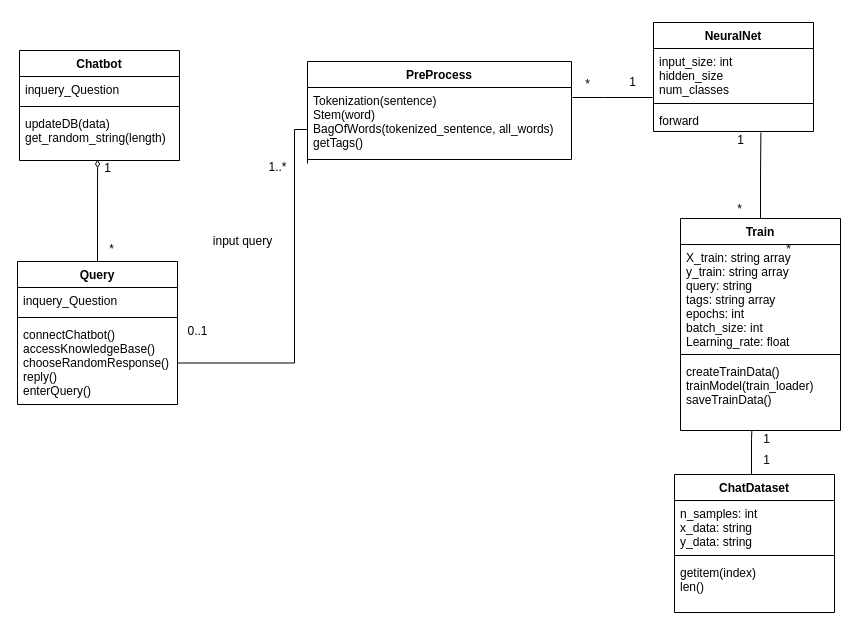
The draw.io diagram class diagram.drawio in HaseebSheikh417/FYP-Chatbot, before the edit. Source tidied: cells renumbered, new cells numbered last; positions are measured from the earlier drawing's top-left corner, leaving out a move shared by most shapes. Both pictures are drawn from the tidied source at 100%, with x=0, y=0 at pixel (17, 22).
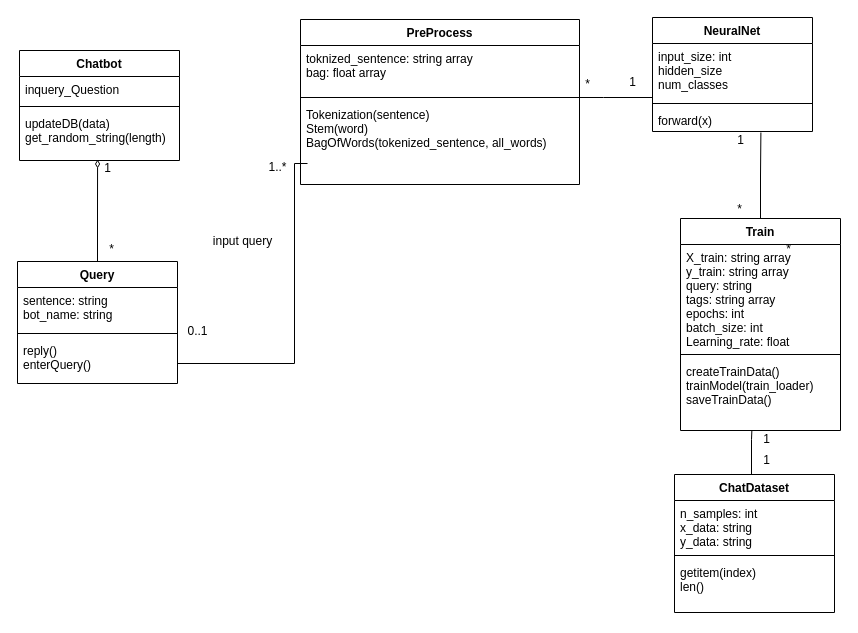
The same diagram, later.

Diff of the diagram source:
```diff
@@
     <mxCell id="3" value="Query" style="swimlane;fontStyle=1;align=center;verticalAlign=top;horizontal=1;startSize=26;" parent="1" vertex="1">
-      <mxGeometry y="239" width="160" height="143" as="geometry" />
+      <mxGeometry y="239" width="160" height="122" as="geometry" />
     </mxCell>
-    <mxCell id="4" value="inquery_Question&#10;&#10;" style="text;strokeColor=none;fillColor=none;align=left;verticalAlign=top;spacingLeft=4;spacingRight=4;overflow=hidden;strokeWidth=20;" parent="3" vertex="1">
-      <mxGeometry y="26" width="160" height="26" as="geometry" />
+    <mxCell id="4" value="sentence: string&#10;bot_name: string&#10;&#10;" style="text;strokeColor=none;fillColor=none;align=left;verticalAlign=top;spacingLeft=4;spacingRight=4;overflow=hidden;strokeWidth=20;" parent="3" vertex="1">
+      <mxGeometry y="26" width="160" height="42" as="geometry" />
     </mxCell>
     <mxCell id="5" style="line;strokeWidth=1;fillColor=none;align=left;verticalAlign=middle;spacingTop=-1;spacingLeft=3;spacingRight=3;labelPosition=right;" parent="3" vertex="1">
-      <mxGeometry y="52" width="160" height="8" as="geometry" />
+      <mxGeometry y="68" width="160" height="8" as="geometry" />
     </mxCell>
-    <mxCell id="6" value="connectChatbot()&#10;accessKnowledgeBase()&#10;chooseRandomResponse()&#10;reply()&#10;enterQuery()" style="text;strokeColor=none;fillColor=none;align=left;verticalAlign=top;spacingLeft=4;spacingRight=4;overflow=hidden;points=[[0,0.5],[1,0.5]];portConstraint=eastwest;" parent="3" vertex="1">
-      <mxGeometry y="60" width="160" height="83" as="geometry" />
+    <mxCell id="6" value="reply()&#10;enterQuery()" style="text;strokeColor=none;fillColor=none;align=left;verticalAlign=top;spacingLeft=4;spacingRight=4;overflow=hidden;points=[[0,0.5],[1,0.5]];portConstraint=eastwest;" parent="3" vertex="1">
+      <mxGeometry y="76" width="160" height="46" as="geometry" />
     </mxCell>
-    <mxCell id="7" value="PreProcess" style="swimlane;fontStyle=1;align=center;verticalAlign=top;horizontal=1;startSize=26;" parent="1" vertex="1">
-      <mxGeometry x="290" y="39" width="264" height="98" as="geometry" />
-    </mxCell>
-    <mxCell id="8" value="Tokenization(sentence)&#10;Stem(word)&#10;BagOfWords(tokenized_sentence, all_words)&#10;getTags()" style="text;strokeColor=none;fillColor=none;align=left;verticalAlign=top;spacingLeft=4;spacingRight=4;overflow=hidden;" parent="7" vertex="1">
-      <mxGeometry y="26" width="264" height="72" as="geometry" />
-    </mxCell>
     <mxCell id="9" style="edgeStyle=orthogonalEdgeStyle;rounded=0;jettySize=auto;html=1;entryX=0;entryY=0.809;entryDx=0;entryDy=0;entryPerimeter=0;endArrow=none;endFill=0;" parent="1" edge="1" source="6">
       <mxGeometry relative="1" as="geometry">
         <mxPoint x="290" y="141" as="targetPoint" />
         <Array as="points">
-          <mxPoint x="277" y="340" />
-          <mxPoint x="277" y="107" />
-          <mxPoint x="290" y="107" />
+          <mxPoint x="277" y="341" />
+          <mxPoint x="277" y="141" />
         </Array>
       </mxGeometry>
     </mxCell>
@@
     <mxCell id="37" value="NeuralNet" style="swimlane;fontStyle=1;align=center;verticalAlign=top;horizontal=1;startSize=26;" parent="1" vertex="1">
-      <mxGeometry x="636" width="160" height="109" as="geometry" />
+      <mxGeometry x="635" y="-5" width="160" height="114" as="geometry" />
     </mxCell>
-    <mxCell id="38" value="input_size: int&#10;hidden_size&#10;num_classes" style="text;strokeColor=none;fillColor=none;align=left;verticalAlign=top;spacingLeft=4;spacingRight=4;overflow=hidden;" parent="37" vertex="1">
-      <mxGeometry y="26" width="160" height="51" as="geometry" />
+    <mxCell id="38" value="input_size: int&#10;hidden_size&#10;num_classes&#10;" style="text;strokeColor=none;fillColor=none;align=left;verticalAlign=top;spacingLeft=4;spacingRight=4;overflow=hidden;" parent="37" vertex="1">
+      <mxGeometry y="26" width="160" height="56" as="geometry" />
     </mxCell>
     <mxCell id="39" style="line;strokeWidth=1;fillColor=none;align=left;verticalAlign=middle;spacingTop=-1;spacingLeft=3;spacingRight=3;labelPosition=right;" parent="37" vertex="1">
-      <mxGeometry y="77" width="160" height="8" as="geometry" />
+      <mxGeometry y="82" width="160" height="8" as="geometry" />
     </mxCell>
-    <mxCell id="40" value="forward" style="text;strokeColor=none;fillColor=none;align=left;verticalAlign=top;spacingLeft=4;spacingRight=4;overflow=hidden;" parent="37" vertex="1">
-      <mxGeometry y="85" width="160" height="24" as="geometry" />
+    <mxCell id="40" value="forward(x)" style="text;strokeColor=none;fillColor=none;align=left;verticalAlign=top;spacingLeft=4;spacingRight=4;overflow=hidden;" parent="37" vertex="1">
+      <mxGeometry y="90" width="160" height="24" as="geometry" />
     </mxCell>
+    <mxCell id="7" value="PreProcess" style="swimlane;fontStyle=1;align=center;verticalAlign=top;horizontal=1;startSize=26;" parent="1" vertex="1">
+      <mxGeometry x="283" y="-3" width="279" height="165" as="geometry" />
+    </mxCell>
+    <mxCell id="41" value="toknized_sentence: string array&#10;bag: float array" style="text;strokeColor=none;fillColor=none;align=left;verticalAlign=top;spacingLeft=4;spacingRight=4;overflow=hidden;strokeWidth=20;" parent="7" vertex="1">
+      <mxGeometry y="26" width="279" height="48" as="geometry" />
+    </mxCell>
+    <mxCell id="42" style="line;strokeWidth=1;fillColor=none;align=left;verticalAlign=middle;spacingTop=-1;spacingLeft=3;spacingRight=3;labelPosition=right;" parent="7" vertex="1">
+      <mxGeometry y="74" width="279" height="8" as="geometry" />
+    </mxCell>
+    <mxCell id="43" value="Tokenization(sentence)&#10;Stem(word)&#10;BagOfWords(tokenized_sentence, all_words)" style="text;strokeColor=none;fillColor=none;align=left;verticalAlign=top;spacingLeft=4;spacingRight=4;overflow=hidden;" parent="7" vertex="1">
+      <mxGeometry y="82" width="279" height="83" as="geometry" />
+    </mxCell>
```
